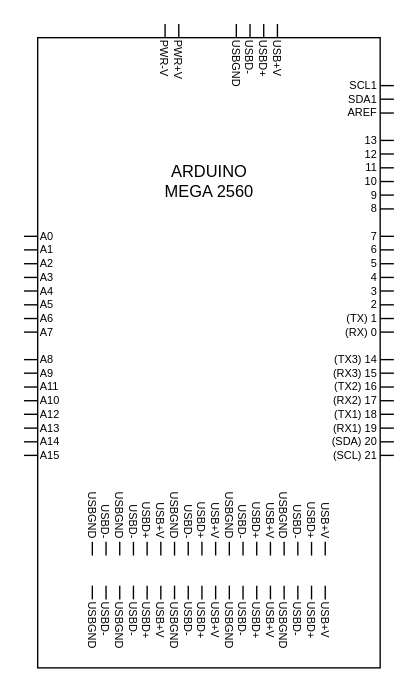
Earlier version of the draw.io diagram Наработки/Принципиальная схема.drawio (AlexRussellGit/VKR---Russell-Alexander). Source tidied: cells renumbered, new cells numbered last; positions are measured from the earlier drawing's top-left corner, leaving out a move shared by most shapes. Both pictures are drawn from the tidied source at 137%, with x=0, y=0 at pixel (23, 23).
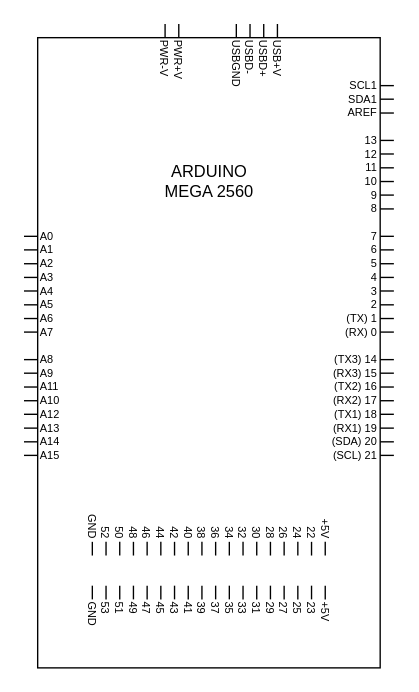
The same page after the edit.

What changed in the source:
```diff
@@
-    <mxCell id="98" value="USB+V" style="text;html=1;strokeColor=none;fillColor=none;align=left;verticalAlign=middle;whiteSpace=wrap;rounded=0;rotation=90;fontSize=8;" parent="1" vertex="1">
+    <mxCell id="98" value="+5V" style="text;html=1;strokeColor=none;fillColor=none;align=left;verticalAlign=middle;whiteSpace=wrap;rounded=0;rotation=90;fontSize=8;" parent="1" vertex="1">
       <mxGeometry x="195" y="440" width="50" height="10" as="geometry" />
     </mxCell>
-    <mxCell id="99" value="USBD+" style="text;html=1;strokeColor=none;fillColor=none;align=left;verticalAlign=middle;whiteSpace=wrap;rounded=0;rotation=90;fontSize=8;" parent="1" vertex="1">
+    <mxCell id="99" value="23" style="text;html=1;strokeColor=none;fillColor=none;align=left;verticalAlign=middle;whiteSpace=wrap;rounded=0;rotation=90;fontSize=8;" parent="1" vertex="1">
       <mxGeometry x="185" y="440" width="50" height="10" as="geometry" />
     </mxCell>
-    <mxCell id="100" value="USBD-" style="text;html=1;strokeColor=none;fillColor=none;align=left;verticalAlign=middle;whiteSpace=wrap;rounded=0;rotation=90;fontSize=8;" parent="1" vertex="1">
+    <mxCell id="100" value="25" style="text;html=1;strokeColor=none;fillColor=none;align=left;verticalAlign=middle;whiteSpace=wrap;rounded=0;rotation=90;fontSize=8;" parent="1" vertex="1">
       <mxGeometry x="175" y="440" width="50" height="10" as="geometry" />
     </mxCell>
-    <mxCell id="101" value="USBGND" style="text;html=1;strokeColor=none;fillColor=none;align=left;verticalAlign=middle;whiteSpace=wrap;rounded=0;rotation=90;fontSize=8;" parent="1" vertex="1">
+    <mxCell id="101" value="27" style="text;html=1;strokeColor=none;fillColor=none;align=left;verticalAlign=middle;whiteSpace=wrap;rounded=0;rotation=90;fontSize=8;" parent="1" vertex="1">
       <mxGeometry x="165" y="440" width="50" height="10" as="geometry" />
     </mxCell>
-    <mxCell id="102" value="USB+V" style="text;html=1;strokeColor=none;fillColor=none;align=left;verticalAlign=middle;whiteSpace=wrap;rounded=0;rotation=90;fontSize=8;" parent="1" vertex="1">
+    <mxCell id="102" value="29" style="text;html=1;strokeColor=none;fillColor=none;align=left;verticalAlign=middle;whiteSpace=wrap;rounded=0;rotation=90;fontSize=8;" parent="1" vertex="1">
       <mxGeometry x="155" y="440" width="50" height="10" as="geometry" />
     </mxCell>
-    <mxCell id="103" value="USBD+" style="text;html=1;strokeColor=none;fillColor=none;align=left;verticalAlign=middle;whiteSpace=wrap;rounded=0;rotation=90;fontSize=8;" parent="1" vertex="1">
+    <mxCell id="103" value="31" style="text;html=1;strokeColor=none;fillColor=none;align=left;verticalAlign=middle;whiteSpace=wrap;rounded=0;rotation=90;fontSize=8;" parent="1" vertex="1">
       <mxGeometry x="145" y="440" width="50" height="10" as="geometry" />
     </mxCell>
-    <mxCell id="104" value="USBD-" style="text;html=1;strokeColor=none;fillColor=none;align=left;verticalAlign=middle;whiteSpace=wrap;rounded=0;rotation=90;fontSize=8;" parent="1" vertex="1">
+    <mxCell id="104" value="33" style="text;html=1;strokeColor=none;fillColor=none;align=left;verticalAlign=middle;whiteSpace=wrap;rounded=0;rotation=90;fontSize=8;" parent="1" vertex="1">
       <mxGeometry x="135" y="440" width="50" height="10" as="geometry" />
     </mxCell>
-    <mxCell id="105" value="USBGND" style="text;html=1;strokeColor=none;fillColor=none;align=left;verticalAlign=middle;whiteSpace=wrap;rounded=0;rotation=90;fontSize=8;" parent="1" vertex="1">
+    <mxCell id="105" value="35" style="text;html=1;strokeColor=none;fillColor=none;align=left;verticalAlign=middle;whiteSpace=wrap;rounded=0;rotation=90;fontSize=8;" parent="1" vertex="1">
       <mxGeometry x="125" y="440" width="50" height="10" as="geometry" />
     </mxCell>
-    <mxCell id="106" value="USB+V" style="text;html=1;strokeColor=none;fillColor=none;align=left;verticalAlign=middle;whiteSpace=wrap;rounded=0;rotation=90;fontSize=8;" parent="1" vertex="1">
+    <mxCell id="106" value="37" style="text;html=1;strokeColor=none;fillColor=none;align=left;verticalAlign=middle;whiteSpace=wrap;rounded=0;rotation=90;fontSize=8;" parent="1" vertex="1">
       <mxGeometry x="115" y="440" width="50" height="10" as="geometry" />
     </mxCell>
-    <mxCell id="107" value="USBD+" style="text;html=1;strokeColor=none;fillColor=none;align=left;verticalAlign=middle;whiteSpace=wrap;rounded=0;rotation=90;fontSize=8;" parent="1" vertex="1">
+    <mxCell id="107" value="39" style="text;html=1;strokeColor=none;fillColor=none;align=left;verticalAlign=middle;whiteSpace=wrap;rounded=0;rotation=90;fontSize=8;" parent="1" vertex="1">
       <mxGeometry x="105" y="440" width="50" height="10" as="geometry" />
     </mxCell>
-    <mxCell id="108" value="USBD-" style="text;html=1;strokeColor=none;fillColor=none;align=left;verticalAlign=middle;whiteSpace=wrap;rounded=0;rotation=90;fontSize=8;" parent="1" vertex="1">
+    <mxCell id="108" value="41" style="text;html=1;strokeColor=none;fillColor=none;align=left;verticalAlign=middle;whiteSpace=wrap;rounded=0;rotation=90;fontSize=8;" parent="1" vertex="1">
       <mxGeometry x="95" y="440" width="50" height="10" as="geometry" />
     </mxCell>
-    <mxCell id="109" value="USBGND" style="text;html=1;strokeColor=none;fillColor=none;align=left;verticalAlign=middle;whiteSpace=wrap;rounded=0;rotation=90;fontSize=8;" parent="1" vertex="1">
+    <mxCell id="109" value="43" style="text;html=1;strokeColor=none;fillColor=none;align=left;verticalAlign=middle;whiteSpace=wrap;rounded=0;rotation=90;fontSize=8;" parent="1" vertex="1">
       <mxGeometry x="85" y="440" width="50" height="10" as="geometry" />
     </mxCell>
-    <mxCell id="110" value="USB+V" style="text;html=1;strokeColor=none;fillColor=none;align=left;verticalAlign=middle;whiteSpace=wrap;rounded=0;rotation=90;fontSize=8;" parent="1" vertex="1">
+    <mxCell id="110" value="45" style="text;html=1;strokeColor=none;fillColor=none;align=left;verticalAlign=middle;whiteSpace=wrap;rounded=0;rotation=90;fontSize=8;" parent="1" vertex="1">
       <mxGeometry x="75" y="440" width="50" height="10" as="geometry" />
     </mxCell>
-    <mxCell id="111" value="USBD+" style="text;html=1;strokeColor=none;fillColor=none;align=left;verticalAlign=middle;whiteSpace=wrap;rounded=0;rotation=90;fontSize=8;" parent="1" vertex="1">
+    <mxCell id="111" value="47" style="text;html=1;strokeColor=none;fillColor=none;align=left;verticalAlign=middle;whiteSpace=wrap;rounded=0;rotation=90;fontSize=8;" parent="1" vertex="1">
       <mxGeometry x="65" y="440" width="50" height="10" as="geometry" />
     </mxCell>
-    <mxCell id="112" value="USBD-" style="text;html=1;strokeColor=none;fillColor=none;align=left;verticalAlign=middle;whiteSpace=wrap;rounded=0;rotation=90;fontSize=8;" parent="1" vertex="1">
+    <mxCell id="112" value="49" style="text;html=1;strokeColor=none;fillColor=none;align=left;verticalAlign=middle;whiteSpace=wrap;rounded=0;rotation=90;fontSize=8;" parent="1" vertex="1">
       <mxGeometry x="55" y="440" width="50" height="10" as="geometry" />
     </mxCell>
-    <mxCell id="113" value="USBGND" style="text;html=1;strokeColor=none;fillColor=none;align=left;verticalAlign=middle;whiteSpace=wrap;rounded=0;rotation=90;fontSize=8;" parent="1" vertex="1">
+    <mxCell id="113" value="51" style="text;html=1;strokeColor=none;fillColor=none;align=left;verticalAlign=middle;whiteSpace=wrap;rounded=0;rotation=90;fontSize=8;" parent="1" vertex="1">
       <mxGeometry x="45" y="440" width="50" height="10" as="geometry" />
     </mxCell>
-    <mxCell id="114" value="USBD-" style="text;html=1;strokeColor=none;fillColor=none;align=left;verticalAlign=middle;whiteSpace=wrap;rounded=0;rotation=90;fontSize=8;" parent="1" vertex="1">
+    <mxCell id="114" value="53" style="text;html=1;strokeColor=none;fillColor=none;align=left;verticalAlign=middle;whiteSpace=wrap;rounded=0;rotation=90;fontSize=8;" parent="1" vertex="1">
       <mxGeometry x="35" y="440" width="50" height="10" as="geometry" />
     </mxCell>
-    <mxCell id="115" value="USBGND" style="text;html=1;strokeColor=none;fillColor=none;align=left;verticalAlign=middle;whiteSpace=wrap;rounded=0;rotation=90;fontSize=8;" parent="1" vertex="1">
+    <mxCell id="115" value="GND" style="text;html=1;strokeColor=none;fillColor=none;align=left;verticalAlign=middle;whiteSpace=wrap;rounded=0;rotation=90;fontSize=8;" parent="1" vertex="1">
       <mxGeometry x="25" y="440" width="50" height="10" as="geometry" />
     </mxCell>
-    <mxCell id="116" value="USB+V" style="text;html=1;strokeColor=none;fillColor=none;align=right;verticalAlign=middle;whiteSpace=wrap;rounded=0;rotation=90;fontSize=8;" parent="1" vertex="1">
+    <mxCell id="116" value="+5V" style="text;html=1;strokeColor=none;fillColor=none;align=right;verticalAlign=middle;whiteSpace=wrap;rounded=0;rotation=90;fontSize=8;" parent="1" vertex="1">
       <mxGeometry x="195" y="348" width="50" height="10" as="geometry" />
     </mxCell>
-    <mxCell id="117" value="USBD+" style="text;html=1;strokeColor=none;fillColor=none;align=right;verticalAlign=middle;whiteSpace=wrap;rounded=0;rotation=90;fontSize=8;" parent="1" vertex="1">
+    <mxCell id="117" value="22" style="text;html=1;strokeColor=none;fillColor=none;align=right;verticalAlign=middle;whiteSpace=wrap;rounded=0;rotation=90;fontSize=8;" parent="1" vertex="1">
       <mxGeometry x="185" y="348" width="50" height="10" as="geometry" />
     </mxCell>
-    <mxCell id="118" value="USBD-" style="text;html=1;strokeColor=none;fillColor=none;align=right;verticalAlign=middle;whiteSpace=wrap;rounded=0;rotation=90;fontSize=8;" parent="1" vertex="1">
+    <mxCell id="118" value="24" style="text;html=1;strokeColor=none;fillColor=none;align=right;verticalAlign=middle;whiteSpace=wrap;rounded=0;rotation=90;fontSize=8;" parent="1" vertex="1">
       <mxGeometry x="175" y="348" width="50" height="10" as="geometry" />
     </mxCell>
-    <mxCell id="119" value="USBGND" style="text;html=1;strokeColor=none;fillColor=none;align=right;verticalAlign=middle;whiteSpace=wrap;rounded=0;rotation=90;fontSize=8;" parent="1" vertex="1">
+    <mxCell id="119" value="26" style="text;html=1;strokeColor=none;fillColor=none;align=right;verticalAlign=middle;whiteSpace=wrap;rounded=0;rotation=90;fontSize=8;" parent="1" vertex="1">
       <mxGeometry x="165" y="348" width="50" height="10" as="geometry" />
     </mxCell>
-    <mxCell id="120" value="USB+V" style="text;html=1;strokeColor=none;fillColor=none;align=right;verticalAlign=middle;whiteSpace=wrap;rounded=0;rotation=90;fontSize=8;" parent="1" vertex="1">
+    <mxCell id="120" value="28" style="text;html=1;strokeColor=none;fillColor=none;align=right;verticalAlign=middle;whiteSpace=wrap;rounded=0;rotation=90;fontSize=8;" parent="1" vertex="1">
       <mxGeometry x="155" y="348" width="50" height="10" as="geometry" />
     </mxCell>
-    <mxCell id="121" value="USBD+" style="text;html=1;strokeColor=none;fillColor=none;align=right;verticalAlign=middle;whiteSpace=wrap;rounded=0;rotation=90;fontSize=8;" parent="1" vertex="1">
+    <mxCell id="121" value="30" style="text;html=1;strokeColor=none;fillColor=none;align=right;verticalAlign=middle;whiteSpace=wrap;rounded=0;rotation=90;fontSize=8;" parent="1" vertex="1">
       <mxGeometry x="145" y="348" width="50" height="10" as="geometry" />
     </mxCell>
-    <mxCell id="122" value="USBD-" style="text;html=1;strokeColor=none;fillColor=none;align=right;verticalAlign=middle;whiteSpace=wrap;rounded=0;rotation=90;fontSize=8;" parent="1" vertex="1">
+    <mxCell id="122" value="32" style="text;html=1;strokeColor=none;fillColor=none;align=right;verticalAlign=middle;whiteSpace=wrap;rounded=0;rotation=90;fontSize=8;" parent="1" vertex="1">
       <mxGeometry x="135" y="348" width="50" height="10" as="geometry" />
     </mxCell>
-    <mxCell id="123" value="USBGND" style="text;html=1;strokeColor=none;fillColor=none;align=right;verticalAlign=middle;whiteSpace=wrap;rounded=0;rotation=90;fontSize=8;" parent="1" vertex="1">
+    <mxCell id="123" value="34" style="text;html=1;strokeColor=none;fillColor=none;align=right;verticalAlign=middle;whiteSpace=wrap;rounded=0;rotation=90;fontSize=8;" parent="1" vertex="1">
       <mxGeometry x="125" y="348" width="50" height="10" as="geometry" />
     </mxCell>
-    <mxCell id="124" value="USB+V" style="text;html=1;strokeColor=none;fillColor=none;align=right;verticalAlign=middle;whiteSpace=wrap;rounded=0;rotation=90;fontSize=8;" parent="1" vertex="1">
+    <mxCell id="124" value="36" style="text;html=1;strokeColor=none;fillColor=none;align=right;verticalAlign=middle;whiteSpace=wrap;rounded=0;rotation=90;fontSize=8;" parent="1" vertex="1">
       <mxGeometry x="115" y="348" width="50" height="10" as="geometry" />
     </mxCell>
-    <mxCell id="125" value="USBD+" style="text;html=1;strokeColor=none;fillColor=none;align=right;verticalAlign=middle;whiteSpace=wrap;rounded=0;rotation=90;fontSize=8;" parent="1" vertex="1">
+    <mxCell id="125" value="38" style="text;html=1;strokeColor=none;fillColor=none;align=right;verticalAlign=middle;whiteSpace=wrap;rounded=0;rotation=90;fontSize=8;" parent="1" vertex="1">
       <mxGeometry x="105" y="348" width="50" height="10" as="geometry" />
     </mxCell>
-    <mxCell id="126" value="USBD-" style="text;html=1;strokeColor=none;fillColor=none;align=right;verticalAlign=middle;whiteSpace=wrap;rounded=0;rotation=90;fontSize=8;" parent="1" vertex="1">
+    <mxCell id="126" value="40" style="text;html=1;strokeColor=none;fillColor=none;align=right;verticalAlign=middle;whiteSpace=wrap;rounded=0;rotation=90;fontSize=8;" parent="1" vertex="1">
       <mxGeometry x="95" y="348" width="50" height="10" as="geometry" />
     </mxCell>
-    <mxCell id="127" value="USBGND" style="text;html=1;strokeColor=none;fillColor=none;align=right;verticalAlign=middle;whiteSpace=wrap;rounded=0;rotation=90;fontSize=8;" parent="1" vertex="1">
+    <mxCell id="127" value="42" style="text;html=1;strokeColor=none;fillColor=none;align=right;verticalAlign=middle;whiteSpace=wrap;rounded=0;rotation=90;fontSize=8;" parent="1" vertex="1">
       <mxGeometry x="85" y="348" width="50" height="10" as="geometry" />
     </mxCell>
-    <mxCell id="128" value="USB+V" style="text;html=1;strokeColor=none;fillColor=none;align=right;verticalAlign=middle;whiteSpace=wrap;rounded=0;rotation=90;fontSize=8;" parent="1" vertex="1">
+    <mxCell id="128" value="44" style="text;html=1;strokeColor=none;fillColor=none;align=right;verticalAlign=middle;whiteSpace=wrap;rounded=0;rotation=90;fontSize=8;" parent="1" vertex="1">
       <mxGeometry x="75" y="348" width="50" height="10" as="geometry" />
     </mxCell>
-    <mxCell id="129" value="USBD+" style="text;html=1;strokeColor=none;fillColor=none;align=right;verticalAlign=middle;whiteSpace=wrap;rounded=0;rotation=90;fontSize=8;" parent="1" vertex="1">
+    <mxCell id="129" value="46" style="text;html=1;strokeColor=none;fillColor=none;align=right;verticalAlign=middle;whiteSpace=wrap;rounded=0;rotation=90;fontSize=8;" parent="1" vertex="1">
       <mxGeometry x="65" y="348" width="50" height="10" as="geometry" />
     </mxCell>
-    <mxCell id="130" value="USBD-" style="text;html=1;strokeColor=none;fillColor=none;align=right;verticalAlign=middle;whiteSpace=wrap;rounded=0;rotation=90;fontSize=8;" parent="1" vertex="1">
+    <mxCell id="130" value="48" style="text;html=1;strokeColor=none;fillColor=none;align=right;verticalAlign=middle;whiteSpace=wrap;rounded=0;rotation=90;fontSize=8;" parent="1" vertex="1">
       <mxGeometry x="55" y="348" width="50" height="10" as="geometry" />
     </mxCell>
-    <mxCell id="131" value="USBGND" style="text;html=1;strokeColor=none;fillColor=none;align=right;verticalAlign=middle;whiteSpace=wrap;rounded=0;rotation=90;fontSize=8;" parent="1" vertex="1">
+    <mxCell id="131" value="50" style="text;html=1;strokeColor=none;fillColor=none;align=right;verticalAlign=middle;whiteSpace=wrap;rounded=0;rotation=90;fontSize=8;" parent="1" vertex="1">
       <mxGeometry x="45" y="348" width="50" height="10" as="geometry" />
     </mxCell>
-    <mxCell id="132" value="USBD-" style="text;html=1;strokeColor=none;fillColor=none;align=right;verticalAlign=middle;whiteSpace=wrap;rounded=0;rotation=90;fontSize=8;" parent="1" vertex="1">
+    <mxCell id="132" value="52" style="text;html=1;strokeColor=none;fillColor=none;align=right;verticalAlign=middle;whiteSpace=wrap;rounded=0;rotation=90;fontSize=8;" parent="1" vertex="1">
       <mxGeometry x="35" y="348" width="50" height="10" as="geometry" />
     </mxCell>
-    <mxCell id="133" value="USBGND" style="text;html=1;strokeColor=none;fillColor=none;align=right;verticalAlign=middle;whiteSpace=wrap;rounded=0;rotation=90;fontSize=8;" parent="1" vertex="1">
+    <mxCell id="133" value="GND" style="text;html=1;strokeColor=none;fillColor=none;align=right;verticalAlign=middle;whiteSpace=wrap;rounded=0;rotation=90;fontSize=8;" parent="1" vertex="1">
       <mxGeometry x="25" y="348" width="50" height="10" as="geometry" />
     </mxCell>
```
